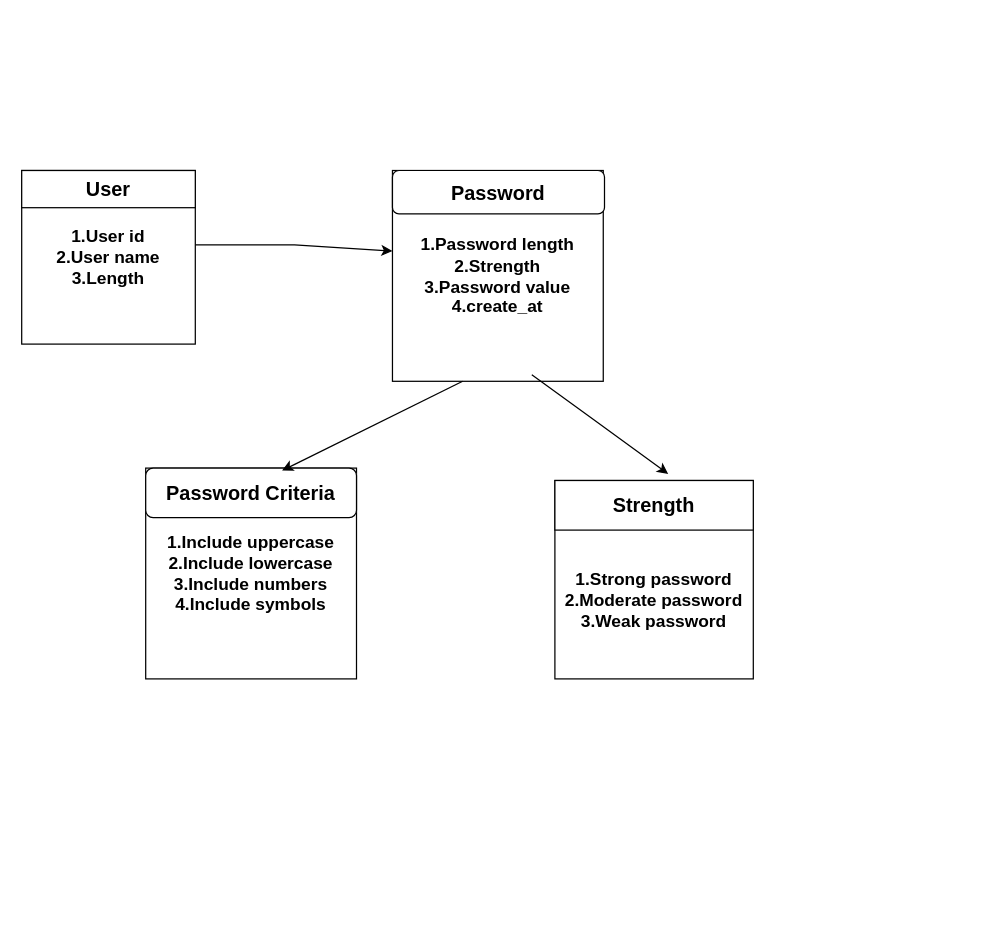
The draw.io diagram Untitled Diagram.drawio in gandlasaishivani/frontend-web-development, before the edit. Source tidied: cells renumbered, new cells numbered last; positions are measured from the earlier drawing's top-left corner, leaving out a move shared by most shapes. Both pictures are drawn from the tidied source at 124%, with x=0, y=0 at pixel (21, 170).
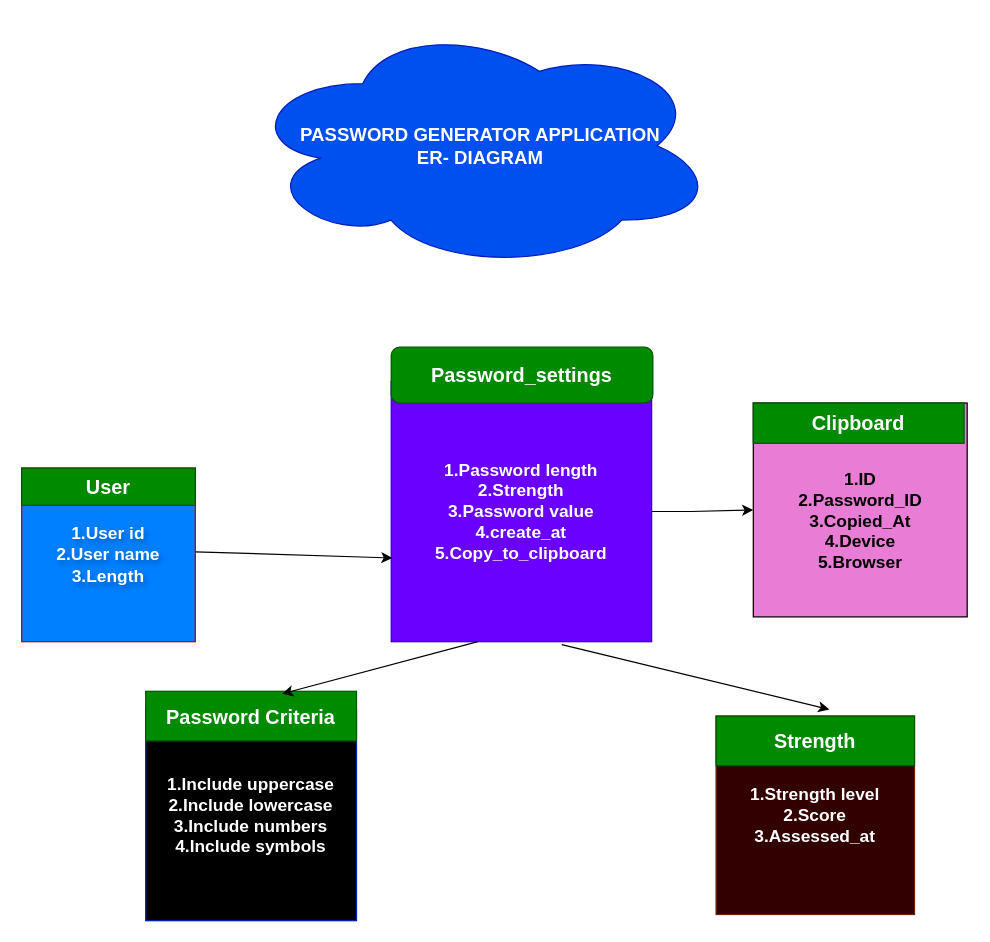
The same diagram, later.

Commit message (it also covers changes not shown here):
password generator

What changed in the source:
```diff
@@
-    <mxCell id="2" value="&lt;b style=&quot;background-color: initial; font-size: 14px;&quot;&gt;1.Include uppercase&lt;/b&gt;&lt;br style=&quot;font-size: 14px;&quot;&gt;&lt;b style=&quot;background-color: initial; font-size: 14px;&quot;&gt;2.Include lowercase&lt;/b&gt;&lt;br style=&quot;font-size: 14px;&quot;&gt;&lt;b style=&quot;background-color: initial; font-size: 14px;&quot;&gt;3.Include numbers&lt;/b&gt;&lt;br style=&quot;font-size: 14px;&quot;&gt;&lt;b style=&quot;background-color: initial; font-size: 14px;&quot;&gt;4.Include symbols&lt;/b&gt;" style="whiteSpace=wrap;html=1;align=center;fontSize=14;" parent="1" vertex="1">
-      <mxGeometry x="100" y="240" width="170" height="170" as="geometry" />
+    <mxCell id="2" value="&lt;b style=&quot;background-color: initial; font-size: 14px;&quot;&gt;1.Include uppercase&lt;/b&gt;&lt;br style=&quot;font-size: 14px;&quot;&gt;&lt;b style=&quot;background-color: initial; font-size: 14px;&quot;&gt;2.Include lowercase&lt;/b&gt;&lt;br style=&quot;font-size: 14px;&quot;&gt;&lt;b style=&quot;background-color: initial; font-size: 14px;&quot;&gt;3.Include numbers&lt;/b&gt;&lt;br style=&quot;font-size: 14px;&quot;&gt;&lt;b style=&quot;background-color: initial; font-size: 14px;&quot;&gt;4.Include symbols&lt;/b&gt;" style="whiteSpace=wrap;html=1;align=center;fontSize=14;fillColor=#000000;fontColor=#ffffff;strokeColor=#001DBC;" parent="1" vertex="1">
+      <mxGeometry x="100" y="435" width="170" height="170" as="geometry" />
     </mxCell>
-    <mxCell id="3" value="Password Criteria" style="rounded=1;whiteSpace=wrap;html=1;fontStyle=1;labelBackgroundColor=default;labelBorderColor=none;fontSize=16;" parent="1" vertex="1">
-      <mxGeometry x="100" y="240" width="170" height="40" as="geometry" />
+    <mxCell id="3" value="Password Criteria" style="rounded=0;fontStyle=1;labelBackgroundColor=none;labelBorderColor=none;fontSize=16;fillColor=#008a00;fontColor=#ffffff;strokeColor=#005700;" parent="1" vertex="1">
+      <mxGeometry x="100" y="420" width="170" height="40" as="geometry" />
     </mxCell>
-    <mxCell id="4" value="1.Password length&lt;div style=&quot;font-size: 14px;&quot;&gt;2.Strength&lt;/div&gt;&lt;div style=&quot;font-size: 14px;&quot;&gt;3.Password value&lt;/div&gt;&lt;div style=&quot;font-size: 14px;&quot;&gt;4.create_at&lt;/div&gt;" style="whiteSpace=wrap;html=1;fontStyle=1;fontSize=14;" parent="1" vertex="1">
-      <mxGeometry x="299" width="170" height="170" as="geometry" />
+    <mxCell id="4" value="1.Password length&lt;div style=&quot;font-size: 14px;&quot;&gt;2.Strength&lt;/div&gt;&lt;div style=&quot;font-size: 14px;&quot;&gt;3.Password value&lt;/div&gt;&lt;div style=&quot;font-size: 14px;&quot;&gt;4.create_at&lt;/div&gt;&lt;div style=&quot;font-size: 14px;&quot;&gt;5.Copy_to_clipboard&lt;/div&gt;" style="whiteSpace=wrap;html=1;fontStyle=1;fontSize=14;fillColor=#6a00ff;fontColor=#ffffff;strokeColor=#3700CC;" parent="1" vertex="1">
+      <mxGeometry x="298" y="170" width="210" height="210" as="geometry" />
     </mxCell>
-    <mxCell id="5" value="Password" style="rounded=1;whiteSpace=wrap;html=1;fontStyle=1;fontSize=16;" parent="1" vertex="1">
-      <mxGeometry x="299" width="171" height="35" as="geometry" />
+    <mxCell id="5" value="Password_settings" style="rounded=1;whiteSpace=wrap;html=1;fontStyle=1;fontSize=16;fillColor=#008a00;fontColor=#ffffff;strokeColor=#005700;" parent="1" vertex="1">
+      <mxGeometry x="298" y="142.5" width="211" height="45" as="geometry" />
     </mxCell>
@@
-    <mxCell id="7" value="&lt;div&gt;&lt;br&gt;&lt;/div&gt;&lt;div&gt;&lt;br&gt;&lt;/div&gt;1.Strong password&lt;div style=&quot;font-size: 14px;&quot;&gt;2.Moderate password&lt;/div&gt;&lt;div style=&quot;font-size: 14px;&quot;&gt;3.Weak password&lt;/div&gt;" style="whiteSpace=wrap;html=1;fontStyle=1;fontSize=14;" parent="1" vertex="1">
-      <mxGeometry x="430" y="250" width="160" height="160" as="geometry" />
+    <mxCell id="7" value="1.Strength level&lt;div&gt;2.Score&lt;/div&gt;&lt;div&gt;3.Assessed_at&lt;/div&gt;" style="whiteSpace=wrap;html=1;fontStyle=1;fontSize=14;fillColor=#330000;fontColor=#ffffff;strokeColor=#6D1F00;" parent="1" vertex="1">
+      <mxGeometry x="560" y="440" width="160" height="160" as="geometry" />
     </mxCell>
-    <mxCell id="8" value="Strength" style="rounded=0;whiteSpace=wrap;html=1;fontStyle=1;fontSize=16;" parent="1" vertex="1">
-      <mxGeometry x="430" y="250" width="160" height="40" as="geometry" />
+    <mxCell id="8" value="Strength" style="rounded=0;whiteSpace=wrap;html=1;fontStyle=1;fontSize=16;fillColor=#008a00;fontColor=#ffffff;strokeColor=#005700;" parent="1" vertex="1">
+      <mxGeometry x="560" y="440" width="160" height="40" as="geometry" />
     </mxCell>
-    <mxCell id="9" style="endArrow=classic;html=1;rounded=0;entryX=0.571;entryY=-0.133;entryDx=0;entryDy=0;entryPerimeter=0;exitX=0.661;exitY=0.969;exitDx=0;exitDy=0;exitPerimeter=0;" parent="1" edge="1" source="4" target="8">
-      <mxGeometry relative="1" as="geometry">
-        <Array as="points">
-          <mxPoint x="460" y="200" />
-        </Array>
-      </mxGeometry>
+    <mxCell id="9" style="endArrow=classic;html=1;rounded=0;entryX=0.571;entryY=-0.133;entryDx=0;entryDy=0;entryPerimeter=0;exitX=0.655;exitY=1.011;exitDx=0;exitDy=0;exitPerimeter=0;" parent="1" edge="1" source="4" target="8">
+      <mxGeometry relative="1" as="geometry" />
     </mxCell>
-    <mxCell id="10" value="1.User id&lt;div style=&quot;font-size: 14px;&quot;&gt;2.User name&lt;/div&gt;&lt;div style=&quot;font-size: 14px;&quot;&gt;3.Length&lt;/div&gt;" style="whiteSpace=wrap;html=1;fontStyle=1;fontSize=14;" parent="1" vertex="1">
-      <mxGeometry width="140" height="140" as="geometry" />
+    <mxCell id="10" value="1.User id&lt;div style=&quot;font-size: 14px;&quot;&gt;2.User name&lt;/div&gt;&lt;div style=&quot;font-size: 14px;&quot;&gt;3.Length&lt;/div&gt;" style="whiteSpace=wrap;html=1;fontStyle=1;fontSize=14;fontColor=#ffffff;labelBorderColor=none;textShadow=1;fillColor=#007FFF;strokeColor=#B20000;" parent="1" vertex="1">
+      <mxGeometry y="240" width="140" height="140" as="geometry" />
     </mxCell>
-    <mxCell id="11" value="User" style="rounded=0;whiteSpace=wrap;html=1;fontStyle=1;fontSize=16;" parent="1" vertex="1">
-      <mxGeometry width="140" height="30" as="geometry" />
+    <mxCell id="11" value="User" style="rounded=0;whiteSpace=wrap;html=1;fontStyle=1;fontSize=16;fillColor=#008a00;fontColor=#ffffff;strokeColor=#005700;" parent="1" vertex="1">
+      <mxGeometry y="240" width="140" height="30" as="geometry" />
     </mxCell>
     <mxCell id="12" style="endArrow=classic;html=1;rounded=0;entryX=0;entryY=0.5;entryDx=0;entryDy=0;" parent="1" edge="1">
       <mxGeometry relative="1" as="geometry">
-        <mxPoint x="140" y="60" as="sourcePoint" />
-        <mxPoint x="299" y="65" as="targetPoint" />
+        <mxPoint x="140" y="307.5" as="sourcePoint" />
+        <mxPoint x="299" y="312.5" as="targetPoint" />
         <Array as="points">
-          <mxPoint x="140" y="60" />
-          <mxPoint x="220" y="60" />
+          <mxPoint x="140" y="307.5" />
         </Array>
       </mxGeometry>
     </mxCell>
+    <mxCell id="13" value="PASSWORD GENERATOR APPLICATION&#10;ER- DIAGRAM" style="ellipse;shape=cloud;whiteSpace=wrap;fontStyle=1;fontSize=15;labelBackgroundColor=none;fillColor=#0050ef;fontColor=#ffffff;strokeColor=#001DBC;" parent="1" vertex="1">
+      <mxGeometry x="180" y="-120" width="380" height="200" as="geometry" />
+    </mxCell>
+    <mxCell id="14" value="&lt;div&gt;&lt;br&gt;&lt;/div&gt;1.ID&lt;div style=&quot;font-size: 14px;&quot;&gt;2.Password_ID&lt;/div&gt;&lt;div style=&quot;font-size: 14px;&quot;&gt;3.Copied_At&lt;/div&gt;&lt;div style=&quot;font-size: 14px;&quot;&gt;4.Device&lt;/div&gt;&lt;div style=&quot;font-size: 14px;&quot;&gt;5.Browser&lt;/div&gt;" style="whiteSpace=wrap;html=1;fontStyle=1;fontSize=14;fillColor=#e97cd5;" parent="1" vertex="1">
+      <mxGeometry x="590" y="187.5" width="172.5" height="172.5" as="geometry" />
+    </mxCell>
+    <mxCell id="15" value="&lt;b&gt;&lt;font style=&quot;font-size: 16px;&quot;&gt;Clipboard&lt;/font&gt;&lt;/b&gt;" style="rounded=0;whiteSpace=wrap;html=1;strokeColor=#005700;fillColor=#008a00;fontColor=#ffffff;" parent="1" vertex="1">
+      <mxGeometry x="590" y="187.5" width="170" height="32.5" as="geometry" />
+    </mxCell>
+    <mxCell id="16" style="endArrow=classic;html=1;rounded=0;exitX=1;exitY=0.5;exitDx=0;exitDy=0;entryX=0;entryY=0.5;entryDx=0;entryDy=0;" parent="1" edge="1" source="4" target="14">
+      <mxGeometry relative="1" as="geometry">
+        <Array as="points">
+          <mxPoint x="540" y="275" />
+        </Array>
+      </mxGeometry>
+    </mxCell>
```
